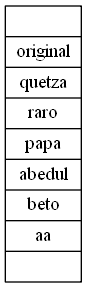
Before: preOrden.png, a diagram exported from Graphviz (ByLy23/Scrabble_CPP). Its source is kept beside it as preOrden.dot.
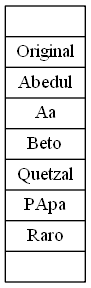
After the change.

Change to the diagram source:
```diff
@@ -1,4 +1,4 @@
 digraph graficaPreorden{
  linkdir=LR
- arreglo[shape= record label= "{|original|quetza|raro|papa|abedul|beto|aa|}"];
+ arreglo[shape= record label= "{|Original|Abedul|Aa|Beto|Quetzal|PApa|Raro|}"];
 }
```
